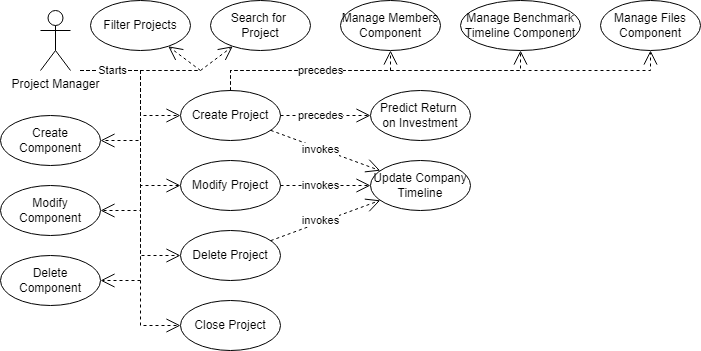
Earlier version of the draw.io export phase1/CPUseCaseDiagram.drawio.png (ChrisR2487/Ensemble). Source tidied: cells renumbered, new cells last; positions are measured from the earlier drawing's top-left corner, leaving out a move shared by most shapes.
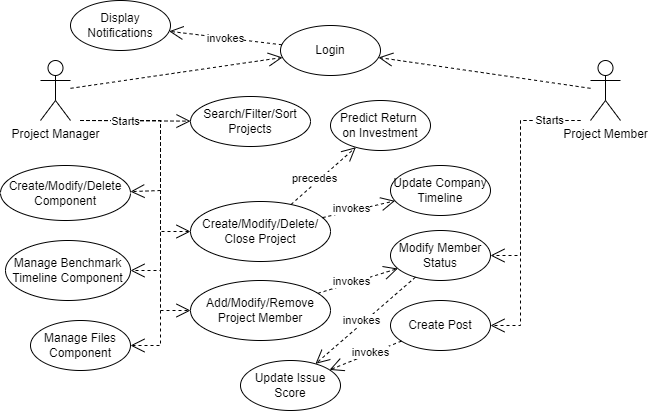
The same file after the commit.

What changed in the source:
```diff
@@ -3,182 +3,165 @@
     <mxCell id="0" />
     <mxCell id="1" parent="0" />
     <mxCell id="2" value="Project Manager" style="shape=umlActor;verticalLabelPosition=bottom;verticalAlign=top;html=1;outlineConnect=0;" parent="1" vertex="1">
-      <mxGeometry x="40" y="10" width="30" height="60" as="geometry" />
+      <mxGeometry x="40" y="90" width="30" height="60" as="geometry" />
     </mxCell>
-    <mxCell id="3" value="Create Project" style="ellipse;whiteSpace=wrap;html=1;" parent="1" vertex="1">
-      <mxGeometry x="180" y="90" width="100" height="50" as="geometry" />
+    <mxCell id="3" value="Create/Modify/Delete/&lt;br&gt;Close Project" style="ellipse;whiteSpace=wrap;html=1;" parent="1" vertex="1">
+      <mxGeometry x="190" y="231" width="140" height="60" as="geometry" />
     </mxCell>
     <mxCell id="4" style="endArrow=open;html=1;rounded=0;dashed=1;endFill=0;strokeWidth=1;jumpSize=6;endSize=12;" parent="1" edge="1" source="3" target="15">
       <mxGeometry relative="1" as="geometry" />
     </mxCell>
     <mxCell id="5" value="precedes" style="edgeLabel;html=1;align=center;verticalAlign=middle;" parent="1" vertex="1">
-      <mxGeometry x="320" y="115" as="geometry" />
+      <mxGeometry x="314" y="208" as="geometry" />
     </mxCell>
-    <mxCell id="6" value="Close Project" style="ellipse;whiteSpace=wrap;html=1;" parent="1" vertex="1">
-      <mxGeometry x="180" y="300" width="100" height="50" as="geometry" />
-    </mxCell>
-    <mxCell id="7" value="Modify Project" style="ellipse;whiteSpace=wrap;html=1;" parent="1" vertex="1">
-      <mxGeometry x="180" y="160" width="100" height="50" as="geometry" />
-    </mxCell>
-    <mxCell id="8" value="Delete Project" style="ellipse;whiteSpace=wrap;html=1;" parent="1" vertex="1">
-      <mxGeometry x="180" y="230" width="100" height="50" as="geometry" />
-    </mxCell>
-    <mxCell id="9" value="Create Component" style="ellipse;whiteSpace=wrap;html=1;" parent="1" vertex="1">
-      <mxGeometry y="115" width="100" height="50" as="geometry" />
+    <mxCell id="9" value="Create/Modify/Delete Component" style="ellipse;whiteSpace=wrap;html=1;" parent="1" vertex="1">
+      <mxGeometry y="195" width="130" height="55" as="geometry" />
     </mxCell>
-    <mxCell id="10" value="Modify Component" style="ellipse;whiteSpace=wrap;html=1;" parent="1" vertex="1">
-      <mxGeometry y="185" width="100" height="50" as="geometry" />
-    </mxCell>
-    <mxCell id="11" value="Delete Component" style="ellipse;whiteSpace=wrap;html=1;" parent="1" vertex="1">
-      <mxGeometry y="255" width="100" height="50" as="geometry" />
-    </mxCell>
-    <mxCell id="12" value="Filter Projects" style="ellipse;whiteSpace=wrap;html=1;" parent="1" vertex="1">
-      <mxGeometry x="90" width="100" height="50" as="geometry" />
+    <mxCell id="12" value="Search/Filter/Sort&lt;br&gt;Projects" style="ellipse;whiteSpace=wrap;html=1;" parent="1" vertex="1">
+      <mxGeometry x="190" y="126" width="120" height="50" as="geometry" />
     </mxCell>
-    <mxCell id="13" value="Search for &lt;br&gt;Project" style="ellipse;whiteSpace=wrap;html=1;" parent="1" vertex="1">
-      <mxGeometry x="210" width="100" height="50" as="geometry" />
-    </mxCell>
     <mxCell id="14" value="Update Company Timeline" style="ellipse;whiteSpace=wrap;html=1;" parent="1" vertex="1">
-      <mxGeometry x="370" y="160" width="100" height="50" as="geometry" />
+      <mxGeometry x="390" y="195" width="100" height="50" as="geometry" />
     </mxCell>
     <mxCell id="15" value="Predict Return &lt;br&gt;on Investment" style="ellipse;whiteSpace=wrap;html=1;" parent="1" vertex="1">
-      <mxGeometry x="370" y="90" width="100" height="50" as="geometry" />
+      <mxGeometry x="330" y="130" width="100" height="50" as="geometry" />
     </mxCell>
     <mxCell id="16" style="endArrow=open;html=1;rounded=0;dashed=1;endFill=0;strokeWidth=1;jumpSize=6;endSize=12;" parent="1" edge="1" source="3" target="14">
       <mxGeometry relative="1" as="geometry" />
     </mxCell>
-    <mxCell id="17" style="endArrow=open;html=1;rounded=0;dashed=1;endFill=0;strokeWidth=1;jumpSize=6;endSize=12;" parent="1" edge="1" source="7" target="14">
-      <mxGeometry relative="1" as="geometry" />
-    </mxCell>
-    <mxCell id="18" style="endArrow=open;html=1;rounded=0;dashed=1;endFill=0;strokeWidth=1;jumpSize=6;endSize=12;" parent="1" edge="1" source="8" target="14">
-      <mxGeometry relative="1" as="geometry" />
-    </mxCell>
     <mxCell id="19" value="invokes" style="edgeLabel;html=1;align=center;verticalAlign=middle;" parent="1" vertex="1">
-      <mxGeometry x="320" y="149" as="geometry" />
+      <mxGeometry x="351" y="238" as="geometry" />
     </mxCell>
-    <mxCell id="20" value="invokes" style="edgeLabel;html=1;align=center;verticalAlign=middle;" parent="1" vertex="1">
-      <mxGeometry x="320" y="185" as="geometry" />
-    </mxCell>
-    <mxCell id="21" value="invokes" style="edgeLabel;html=1;align=center;verticalAlign=middle;" parent="1" vertex="1">
-      <mxGeometry x="320" y="220" as="geometry" />
-    </mxCell>
-    <mxCell id="22" style="endArrow=open;html=1;rounded=0;dashed=1;endFill=0;strokeWidth=1;jumpSize=6;endSize=12;entryX=0.5;entryY=1;entryDx=0;entryDy=0;" parent="1" edge="1" source="3" target="23">
-      <mxGeometry relative="1" as="geometry">
-        <Array as="points">
-          <mxPoint x="230" y="70" />
-          <mxPoint x="390" y="70" />
-        </Array>
-      </mxGeometry>
-    </mxCell>
-    <mxCell id="23" value="Manage Members Component" style="ellipse;whiteSpace=wrap;html=1;" parent="1" vertex="1">
-      <mxGeometry x="340" width="100" height="50" as="geometry" />
-    </mxCell>
+    <mxCell id="25" value="Manage Files Component" style="ellipse;whiteSpace=wrap;html=1;" parent="1" vertex="1">
+      <mxGeometry x="30" y="350" width="100" height="50" as="geometry" />
+    </mxCell>
+    <mxCell id="29" style="endArrow=open;html=1;rounded=0;dashed=1;endFill=0;strokeWidth=1;jumpSize=6;endSize=12;" parent="1" edge="1" target="3">
+      <mxGeometry relative="1" as="geometry">
+        <mxPoint x="80" y="150" as="sourcePoint" />
+        <Array as="points">
+          <mxPoint x="160" y="150" />
+          <mxPoint x="160" y="261" />
+        </Array>
+      </mxGeometry>
+    </mxCell>
+    <mxCell id="33" style="endArrow=open;html=1;rounded=0;dashed=1;endFill=0;strokeWidth=1;jumpSize=6;endSize=12;" parent="1" edge="1" target="9">
+      <mxGeometry relative="1" as="geometry">
+        <mxPoint x="80" y="150" as="sourcePoint" />
+        <Array as="points">
+          <mxPoint x="160" y="150" />
+          <mxPoint x="160" y="220" />
+        </Array>
+      </mxGeometry>
+    </mxCell>
+    <mxCell id="36" style="endArrow=open;html=1;rounded=0;dashed=1;endFill=0;strokeWidth=1;jumpSize=6;endSize=12;" parent="1" edge="1" target="12">
+      <mxGeometry relative="1" as="geometry">
+        <mxPoint x="80" y="150" as="sourcePoint" />
+      </mxGeometry>
+    </mxCell>
     <mxCell id="24" value="Manage Benchmark Timeline Component" style="ellipse;whiteSpace=wrap;html=1;" parent="1" vertex="1">
-      <mxGeometry x="460" width="120" height="50" as="geometry" />
+      <mxGeometry x="5" y="270" width="125" height="60" as="geometry" />
     </mxCell>
-    <mxCell id="25" value="Manage Files Component" style="ellipse;whiteSpace=wrap;html=1;" parent="1" vertex="1">
-      <mxGeometry x="600" width="100" height="50" as="geometry" />
-    </mxCell>
-    <mxCell id="26" style="endArrow=open;html=1;rounded=0;dashed=1;endFill=0;strokeWidth=1;jumpSize=6;endSize=12;entryX=0.5;entryY=1;entryDx=0;entryDy=0;" parent="1" edge="1" source="3" target="24">
-      <mxGeometry relative="1" as="geometry">
-        <Array as="points">
-          <mxPoint x="230" y="70" />
-          <mxPoint x="520" y="70" />
-        </Array>
-      </mxGeometry>
-    </mxCell>
-    <mxCell id="27" style="endArrow=open;html=1;rounded=0;dashed=1;endFill=0;strokeWidth=1;jumpSize=6;endSize=12;entryX=0.5;entryY=1;entryDx=0;entryDy=0;" parent="1" edge="1" source="3" target="25">
-      <mxGeometry relative="1" as="geometry">
-        <Array as="points">
-          <mxPoint x="230" y="70" />
-          <mxPoint x="650" y="70" />
-        </Array>
-      </mxGeometry>
-    </mxCell>
-    <mxCell id="28" value="precedes" style="edgeLabel;html=1;align=center;verticalAlign=middle;" parent="1" vertex="1">
-      <mxGeometry x="320" y="70" as="geometry" />
-    </mxCell>
-    <mxCell id="29" style="endArrow=open;html=1;rounded=0;dashed=1;endFill=0;strokeWidth=1;jumpSize=6;endSize=12;" parent="1" edge="1" target="3">
-      <mxGeometry relative="1" as="geometry">
-        <mxPoint x="80" y="70" as="sourcePoint" />
-        <Array as="points">
-          <mxPoint x="140" y="70" />
-          <mxPoint x="140" y="115" />
-        </Array>
-      </mxGeometry>
-    </mxCell>
-    <mxCell id="30" style="endArrow=open;html=1;rounded=0;dashed=1;endFill=0;strokeWidth=1;jumpSize=6;endSize=12;" parent="1" edge="1" target="7">
-      <mxGeometry relative="1" as="geometry">
-        <mxPoint x="80" y="70" as="sourcePoint" />
-        <Array as="points">
-          <mxPoint x="140" y="70" />
-          <mxPoint x="140" y="185" />
-        </Array>
-      </mxGeometry>
-    </mxCell>
-    <mxCell id="31" style="endArrow=open;html=1;rounded=0;dashed=1;endFill=0;strokeWidth=1;jumpSize=6;endSize=12;" parent="1" edge="1" target="8">
-      <mxGeometry relative="1" as="geometry">
-        <mxPoint x="80" y="70" as="sourcePoint" />
-        <Array as="points">
-          <mxPoint x="140" y="70" />
-          <mxPoint x="140" y="255" />
-        </Array>
-      </mxGeometry>
-    </mxCell>
-    <mxCell id="32" style="endArrow=open;html=1;rounded=0;dashed=1;endFill=0;strokeWidth=1;jumpSize=6;endSize=12;" parent="1" edge="1" target="6">
-      <mxGeometry relative="1" as="geometry">
-        <mxPoint x="80" y="70" as="sourcePoint" />
-        <Array as="points">
-          <mxPoint x="140" y="70" />
-          <mxPoint x="140" y="325" />
-        </Array>
-      </mxGeometry>
-    </mxCell>
-    <mxCell id="33" style="endArrow=open;html=1;rounded=0;dashed=1;endFill=0;strokeWidth=1;jumpSize=6;endSize=12;" parent="1" edge="1" target="9">
-      <mxGeometry relative="1" as="geometry">
-        <mxPoint x="80" y="70" as="sourcePoint" />
-        <Array as="points">
-          <mxPoint x="140" y="70" />
-          <mxPoint x="140" y="140" />
-        </Array>
-      </mxGeometry>
-    </mxCell>
-    <mxCell id="34" style="endArrow=open;html=1;rounded=0;dashed=1;endFill=0;strokeWidth=1;jumpSize=6;endSize=12;" parent="1" edge="1" target="10">
-      <mxGeometry relative="1" as="geometry">
-        <mxPoint x="80" y="70" as="sourcePoint" />
-        <Array as="points">
-          <mxPoint x="140" y="70" />
-          <mxPoint x="140" y="210" />
-        </Array>
-      </mxGeometry>
-    </mxCell>
-    <mxCell id="35" style="endArrow=open;html=1;rounded=0;dashed=1;endFill=0;strokeWidth=1;jumpSize=6;endSize=12;" parent="1" edge="1" target="11">
-      <mxGeometry relative="1" as="geometry">
-        <mxPoint x="80" y="70" as="sourcePoint" />
-        <Array as="points">
-          <mxPoint x="140" y="70" />
-          <mxPoint x="140" y="280" />
-        </Array>
-      </mxGeometry>
-    </mxCell>
-    <mxCell id="36" style="endArrow=open;html=1;rounded=0;dashed=1;endFill=0;strokeWidth=1;jumpSize=6;endSize=12;" parent="1" edge="1" target="12">
-      <mxGeometry relative="1" as="geometry">
-        <mxPoint x="80" y="70" as="sourcePoint" />
-        <Array as="points">
-          <mxPoint x="200" y="70" />
-        </Array>
-      </mxGeometry>
-    </mxCell>
-    <mxCell id="37" style="endArrow=open;html=1;rounded=0;dashed=1;endFill=0;strokeWidth=1;jumpSize=6;endSize=12;" parent="1" edge="1" target="13">
-      <mxGeometry relative="1" as="geometry">
-        <mxPoint x="80" y="70" as="sourcePoint" />
-        <Array as="points">
-          <mxPoint x="200" y="70" />
-        </Array>
-      </mxGeometry>
-    </mxCell>
-    <mxCell id="38" value="Starts" style="edgeLabel;html=1;align=center;verticalAlign=middle;" parent="1" vertex="1">
-      <mxGeometry x="112" y="70" as="geometry" />
-    </mxCell>
+    <mxCell id="39" style="endArrow=open;html=1;rounded=0;dashed=1;endFill=0;strokeWidth=1;jumpSize=6;endSize=12;" parent="1" edge="1" target="25">
+      <mxGeometry relative="1" as="geometry">
+        <mxPoint x="80" y="150" as="sourcePoint" />
+        <Array as="points">
+          <mxPoint x="160" y="150" />
+          <mxPoint x="160" y="375" />
+        </Array>
+      </mxGeometry>
+    </mxCell>
+    <mxCell id="40" style="endArrow=open;html=1;rounded=0;dashed=1;endFill=0;strokeWidth=1;jumpSize=6;endSize=12;" parent="1" edge="1" target="24">
+      <mxGeometry relative="1" as="geometry">
+        <mxPoint x="80" y="150" as="sourcePoint" />
+        <Array as="points">
+          <mxPoint x="160" y="150" />
+          <mxPoint x="160" y="300" />
+        </Array>
+      </mxGeometry>
+    </mxCell>
+    <mxCell id="41" value="Add/Modify/Remove&lt;br&gt;Project Member" style="ellipse;whiteSpace=wrap;html=1;" parent="1" vertex="1">
+      <mxGeometry x="190" y="310" width="140" height="60" as="geometry" />
+    </mxCell>
+    <mxCell id="42" style="endArrow=open;html=1;rounded=0;dashed=1;endFill=0;strokeWidth=1;jumpSize=6;endSize=12;" parent="1" edge="1" target="41">
+      <mxGeometry relative="1" as="geometry">
+        <mxPoint x="80" y="150" as="sourcePoint" />
+        <Array as="points">
+          <mxPoint x="160" y="150" />
+          <mxPoint x="160" y="340" />
+        </Array>
+      </mxGeometry>
+    </mxCell>
+    <mxCell id="43" value="Project Member" style="shape=umlActor;verticalLabelPosition=bottom;verticalAlign=top;html=1;outlineConnect=0;" parent="1" vertex="1">
+      <mxGeometry x="590" y="90" width="30" height="60" as="geometry" />
+    </mxCell>
+    <mxCell id="44" style="endArrow=open;html=1;rounded=0;dashed=1;endFill=0;strokeWidth=1;jumpSize=6;endSize=12;" parent="1" edge="1" target="46">
+      <mxGeometry relative="1" as="geometry">
+        <mxPoint x="580" y="150" as="sourcePoint" />
+        <Array as="points">
+          <mxPoint x="520" y="150" />
+          <mxPoint x="520" y="285" />
+        </Array>
+      </mxGeometry>
+    </mxCell>
+    <mxCell id="45" style="endArrow=open;html=1;rounded=0;dashed=1;endFill=0;strokeWidth=1;jumpSize=6;endSize=12;" parent="1" edge="1" source="41" target="46">
+      <mxGeometry relative="1" as="geometry" />
+    </mxCell>
+    <mxCell id="46" value="Modify Member Status" style="ellipse;whiteSpace=wrap;html=1;" parent="1" vertex="1">
+      <mxGeometry x="390" y="260" width="100" height="50" as="geometry" />
+    </mxCell>
+    <mxCell id="47" value="Starts" style="edgeLabel;html=1;align=center;verticalAlign=middle;" parent="1" vertex="1">
+      <mxGeometry x="125" y="151" as="geometry" />
+    </mxCell>
+    <mxCell id="48" value="Create Post" style="ellipse;whiteSpace=wrap;html=1;" parent="1" vertex="1">
+      <mxGeometry x="390" y="330" width="100" height="50" as="geometry" />
+    </mxCell>
+    <mxCell id="49" style="endArrow=open;html=1;rounded=0;dashed=1;endFill=0;strokeWidth=1;jumpSize=6;endSize=12;" parent="1" edge="1" target="48">
+      <mxGeometry relative="1" as="geometry">
+        <mxPoint x="580" y="150" as="sourcePoint" />
+        <Array as="points">
+          <mxPoint x="520" y="150" />
+          <mxPoint x="520" y="355" />
+        </Array>
+      </mxGeometry>
+    </mxCell>
+    <mxCell id="50" value="Starts" style="edgeLabel;html=1;align=center;verticalAlign=middle;" parent="1" vertex="1">
+      <mxGeometry x="549" y="150" as="geometry" />
+    </mxCell>
+    <mxCell id="51" value="Display Notifications" style="ellipse;whiteSpace=wrap;html=1;" parent="1" vertex="1">
+      <mxGeometry x="70" y="30" width="100" height="50" as="geometry" />
+    </mxCell>
+    <mxCell id="52" value="Login" style="ellipse;whiteSpace=wrap;html=1;" parent="1" vertex="1">
+      <mxGeometry x="280" y="55" width="100" height="50" as="geometry" />
+    </mxCell>
+    <mxCell id="53" style="endArrow=open;html=1;rounded=0;dashed=1;endFill=0;strokeWidth=1;jumpSize=6;endSize=12;" parent="1" edge="1" source="2" target="52">
+      <mxGeometry relative="1" as="geometry" />
+    </mxCell>
+    <mxCell id="54" style="endArrow=open;html=1;rounded=0;dashed=1;endFill=0;strokeWidth=1;jumpSize=6;endSize=12;" parent="1" edge="1" source="52" target="51">
+      <mxGeometry relative="1" as="geometry" />
+    </mxCell>
+    <mxCell id="55" value="invokes" style="edgeLabel;html=1;align=center;verticalAlign=middle;" parent="1" vertex="1">
+      <mxGeometry x="225" y="68" as="geometry" />
+    </mxCell>
+    <mxCell id="56" style="endArrow=open;html=1;rounded=0;dashed=1;endFill=0;strokeWidth=1;jumpSize=6;endSize=12;" parent="1" edge="1" source="43" target="52">
+      <mxGeometry relative="1" as="geometry" />
+    </mxCell>
+    <mxCell id="57" value="invokes" style="edgeLabel;html=1;align=center;verticalAlign=middle;" parent="1" vertex="1">
+      <mxGeometry x="351" y="311" as="geometry" />
+    </mxCell>
+    <mxCell id="58" value="Update Issue Score" style="ellipse;whiteSpace=wrap;html=1;" parent="1" vertex="1">
+      <mxGeometry x="240" y="390" width="100" height="50" as="geometry" />
+    </mxCell>
+    <mxCell id="59" style="endArrow=open;html=1;rounded=0;dashed=1;endFill=0;strokeWidth=1;jumpSize=6;endSize=12;" parent="1" edge="1" source="48" target="58">
+      <mxGeometry relative="1" as="geometry" />
+    </mxCell>
+    <mxCell id="60" value="invokes" style="edgeLabel;html=1;align=center;verticalAlign=middle;" parent="1" vertex="1">
+      <mxGeometry x="370" y="382" as="geometry" />
+    </mxCell>
+    <mxCell id="61" style="endArrow=open;html=1;rounded=0;dashed=1;endFill=0;strokeWidth=1;jumpSize=6;endSize=12;" parent="1" edge="1" source="46" target="58">
+      <mxGeometry relative="1" as="geometry" />
+    </mxCell>
+    <mxCell id="62" value="invokes" style="edgeLabel;html=1;align=center;verticalAlign=middle;" parent="1" vertex="1">
+      <mxGeometry x="361" y="350" as="geometry" />
+    </mxCell>
   </root>
 </mxGraphModel>
```
